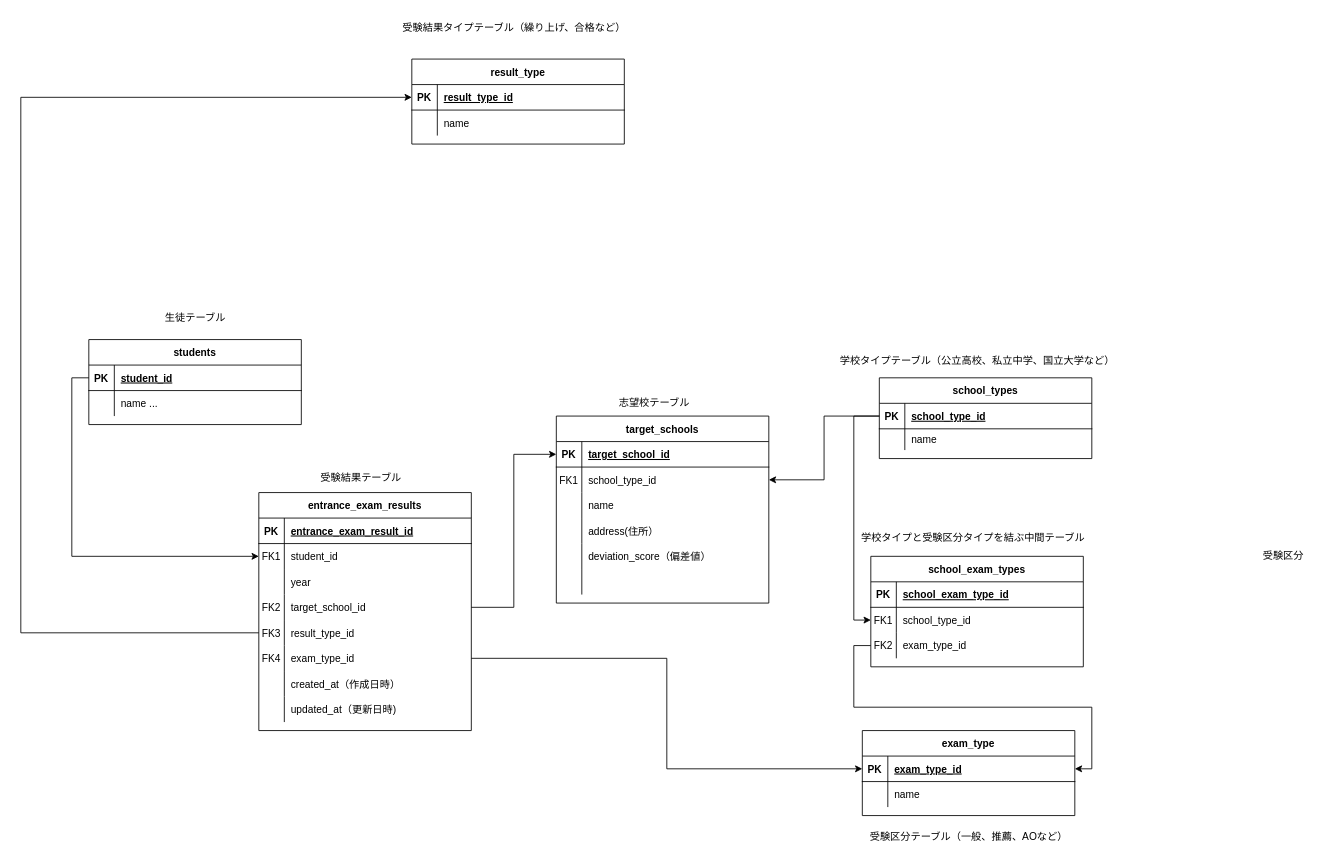
This is registration_of_result_of_entracne_exam.drawio from satoru817/4eachkeijiban, a draw.io file, before an edit. Source tidied: cells renumbered, new cells numbered last; positions are measured from the earlier drawing's top-left corner, leaving out a move shared by most shapes. Both pictures are drawn from the tidied source at 85%, with x=0, y=0 at pixel (20, 14).
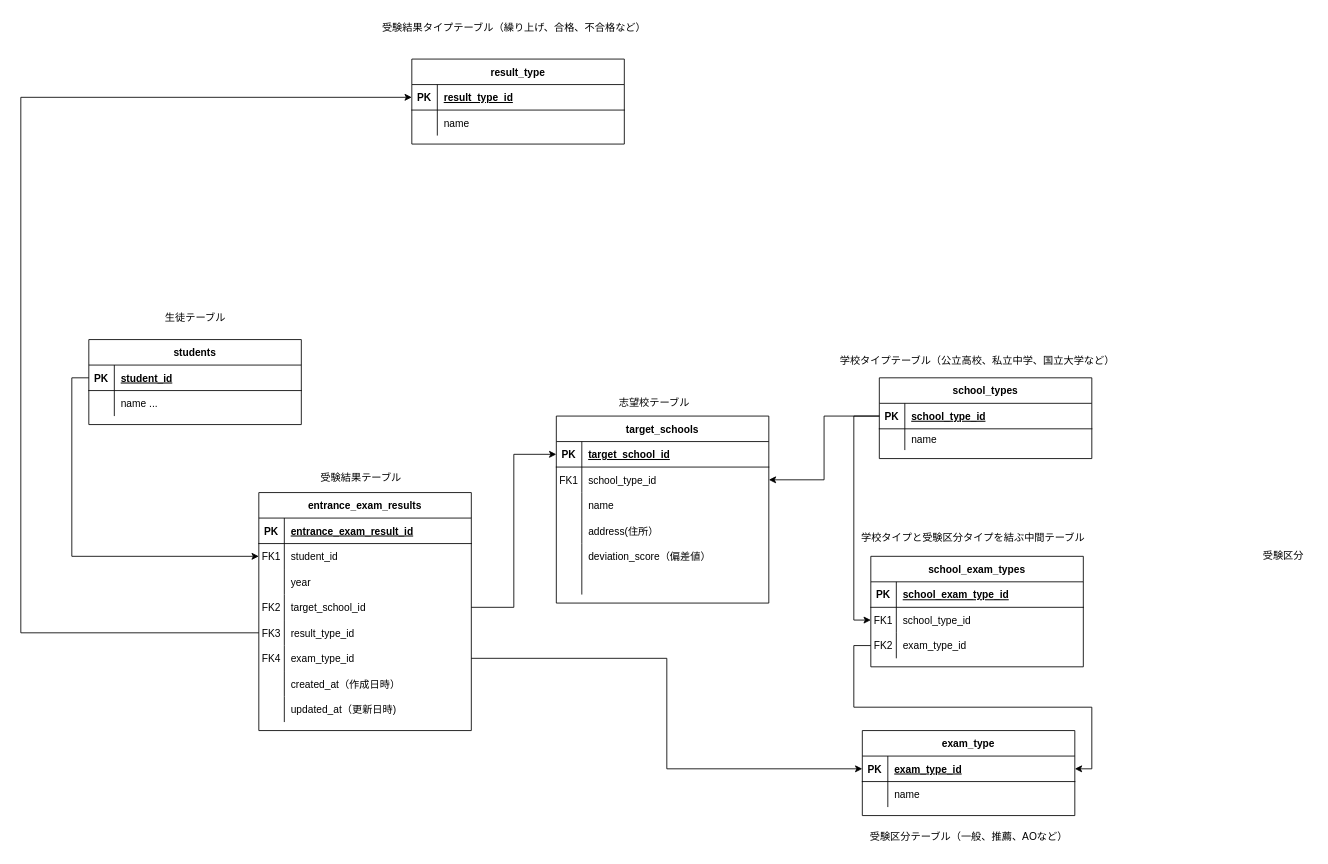
The same page after the edit.

Commit message (it also covers changes not shown here):
registration_of_result_of_entracne_exam.drawio を更新します

The edit, as a diff of the source:
```diff
@@
-    <mxCell id="96" value="受験結果タイプテーブル（繰り上げ、合格など）" style="text;html=1;align=center;verticalAlign=middle;strokeColor=none;fillColor=none;" parent="1" vertex="1">
-      <mxGeometry x="435" width="290" height="30" as="geometry" />
+    <mxCell id="96" value="受験結果タイプテーブル（繰り上げ、合格、不合格など）" style="text;html=1;align=center;verticalAlign=middle;strokeColor=none;fillColor=none;" parent="1" vertex="1">
+      <mxGeometry x="415" width="330" height="30" as="geometry" />
     </mxCell>
```
